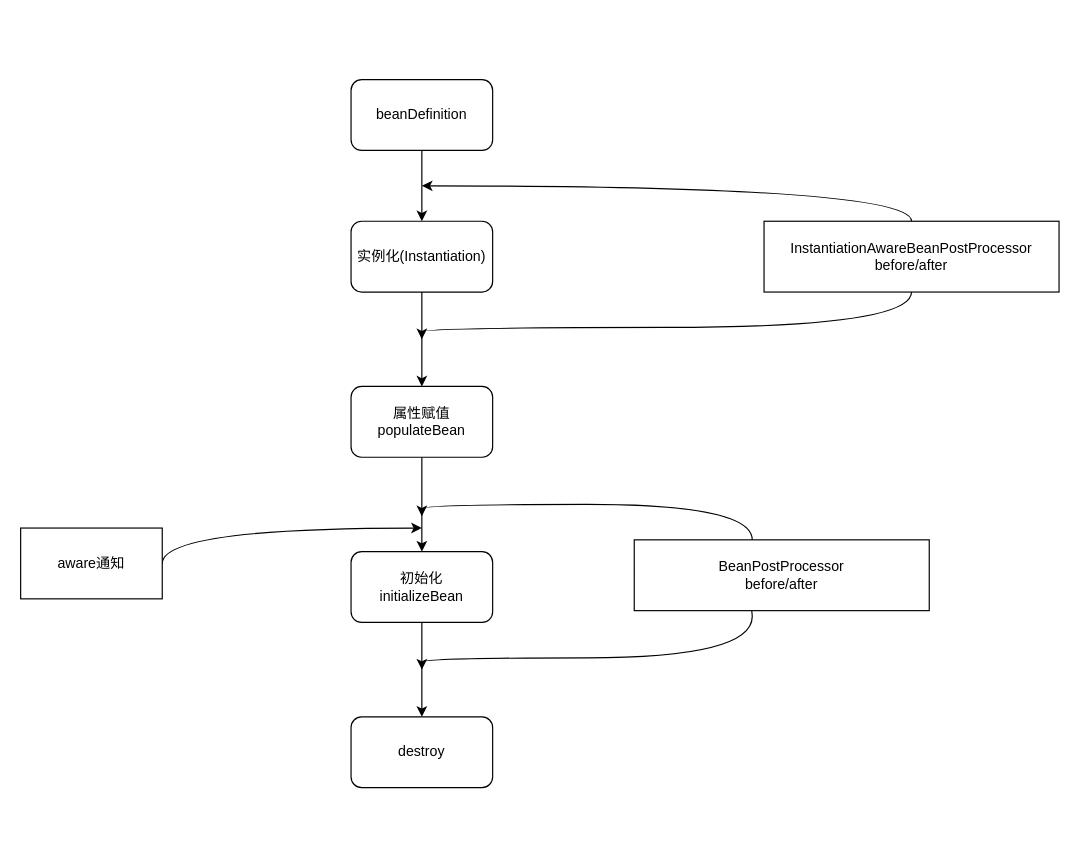
Wooyulin/yulam-fuzzy keeps this draw.io diagram as page "bean生命周期" (3 of 4) of java/spring/spring.drawio. Above is the earlier version. Source tidied: cells renumbered, new cells numbered last; positions are measured from the earlier drawing's top-left corner, leaving out a move shared by most shapes. Both pictures are drawn from the tidied source at 118%, with x=0, y=0 at pixel (20, 79).
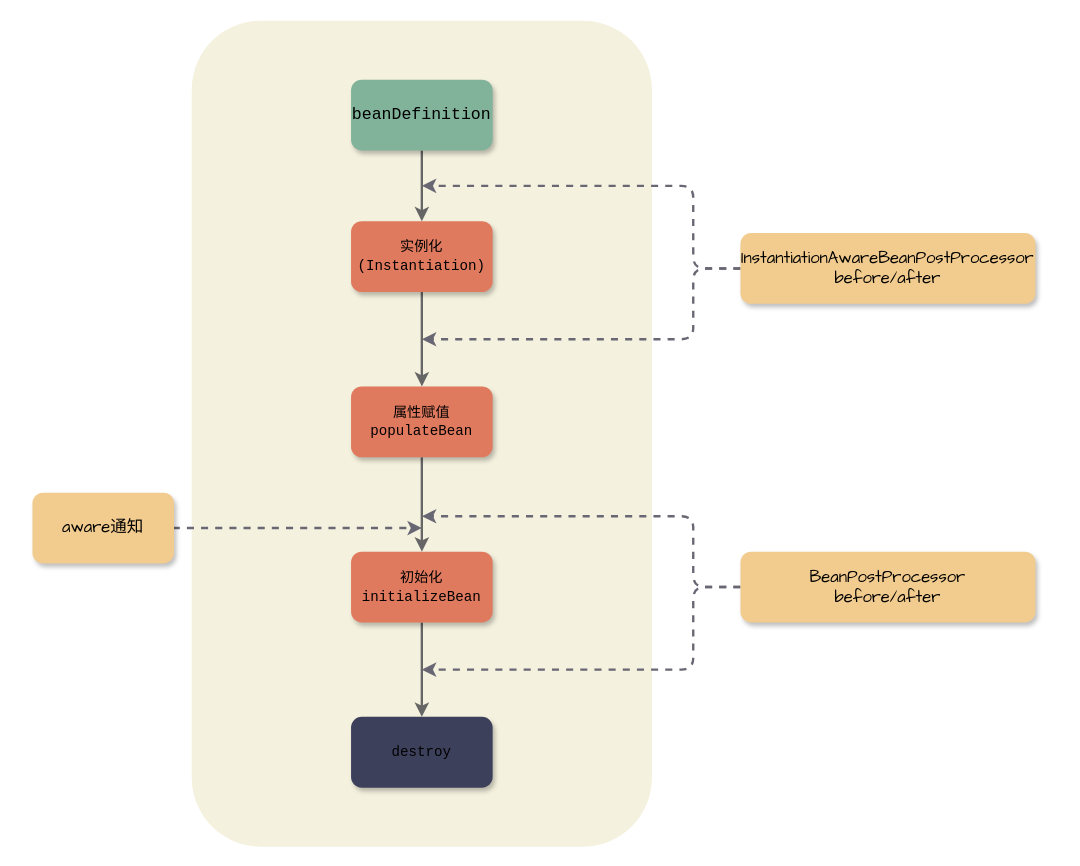
The same page after the edit.

The edit, as a diff of the source:
```diff
@@
+    <mxCell id="19" style="rounded=1;whiteSpace=wrap;html=1;strokeColor=none;shadow=0;glass=0;comic=0;gradientColor=none;fontFamily=Courier New;fontColor=#FFFFFF;fillColor=#f4f1de;" parent="1" vertex="1">
+      <mxGeometry x="145" y="-50" width="390" height="700" as="geometry" />
+    </mxCell>
-    <mxCell id="2" style="edgeStyle=orthogonalEdgeStyle;rounded=0;jettySize=auto;html=1;" parent="1" edge="1" source="3" target="5">
+    <mxCell id="2" style="edgeStyle=orthogonalEdgeStyle;rounded=0;jettySize=auto;html=1;strokeColor=#666666;strokeWidth=2;" parent="1" edge="1" source="3" target="5">
       <mxGeometry relative="1" as="geometry" />
     </mxCell>
-    <mxCell id="3" value="实例化(Instantiation)" style="rounded=1;whiteSpace=wrap;html=1;" parent="1" vertex="1">
+    <mxCell id="3" value="&lt;font face=&quot;Courier New&quot;&gt;实例化(Instantiation)&lt;/font&gt;" style="rounded=1;whiteSpace=wrap;html=1;fillColor=#E07A5F;shadow=1;strokeColor=none;" parent="1" vertex="1">
       <mxGeometry x="280" y="120" width="120" height="60" as="geometry" />
     </mxCell>
-    <mxCell id="4" style="edgeStyle=orthogonalEdgeStyle;rounded=0;jettySize=auto;html=1;" parent="1" edge="1" source="5" target="7">
+    <mxCell id="4" style="edgeStyle=orthogonalEdgeStyle;rounded=0;jettySize=auto;html=1;strokeColor=#666666;strokeWidth=2;" parent="1" edge="1" source="5" target="7">
       <mxGeometry relative="1" as="geometry" />
     </mxCell>
-    <mxCell id="5" value="属性赋值populateBean" style="rounded=1;whiteSpace=wrap;html=1;" parent="1" vertex="1">
+    <mxCell id="5" value="&lt;font face=&quot;Courier New&quot;&gt;属性赋值populateBean&lt;/font&gt;" style="rounded=1;whiteSpace=wrap;html=1;shadow=1;strokeColor=none;fillColor=#E07A5F;" parent="1" vertex="1">
       <mxGeometry x="280" y="260" width="120" height="60" as="geometry" />
     </mxCell>
-    <mxCell id="6" style="edgeStyle=orthogonalEdgeStyle;rounded=0;jettySize=auto;html=1;" parent="1" edge="1" source="7" target="8">
+    <mxCell id="6" style="edgeStyle=orthogonalEdgeStyle;rounded=0;jettySize=auto;html=1;strokeColor=#666666;strokeWidth=2;" parent="1" edge="1" source="7" target="8">
       <mxGeometry relative="1" as="geometry" />
     </mxCell>
-    <mxCell id="7" value="初始化&lt;br&gt;initializeBean" style="rounded=1;whiteSpace=wrap;html=1;" parent="1" vertex="1">
+    <mxCell id="7" value="&lt;font face=&quot;Courier New&quot;&gt;初始化&lt;br&gt;initializeBean&lt;/font&gt;" style="rounded=1;whiteSpace=wrap;html=1;shadow=1;strokeColor=none;fillColor=#E07A5F;" parent="1" vertex="1">
       <mxGeometry x="280" y="400" width="120" height="60" as="geometry" />
     </mxCell>
-    <mxCell id="8" value="destroy" style="rounded=1;whiteSpace=wrap;html=1;" parent="1" vertex="1">
+    <mxCell id="8" value="&lt;font face=&quot;Courier New&quot;&gt;destroy&lt;/font&gt;" style="rounded=1;whiteSpace=wrap;html=1;shadow=1;strokeColor=none;fillColor=#3D405B;" parent="1" vertex="1">
       <mxGeometry x="280" y="540" width="120" height="60" as="geometry" />
     </mxCell>
-    <mxCell id="9" style="edgeStyle=orthogonalEdgeStyle;rounded=0;jettySize=auto;html=1;entryX=0.5;entryY=0;entryDx=0;entryDy=0;" parent="1" edge="1" source="10" target="3">
+    <mxCell id="9" style="edgeStyle=orthogonalEdgeStyle;rounded=0;jettySize=auto;html=1;entryX=0.5;entryY=0;entryDx=0;entryDy=0;strokeWidth=2;strokeColor=#666666;" parent="1" edge="1" source="10" target="3">
       <mxGeometry relative="1" as="geometry" />
     </mxCell>
-    <mxCell id="10" value="beanDefinition" style="rounded=1;whiteSpace=wrap;html=1;" parent="1" vertex="1">
+    <mxCell id="10" value="&lt;font face=&quot;Courier New&quot; style=&quot;font-size: 14px&quot;&gt;beanDefinition&lt;/font&gt;" style="rounded=1;whiteSpace=wrap;html=1;fillColor=#81B29A;strokeColor=none;shadow=1;" parent="1" vertex="1">
       <mxGeometry x="280" width="120" height="60" as="geometry" />
     </mxCell>
-    <mxCell id="11" style="edgeStyle=orthogonalEdgeStyle;curved=1;rounded=0;jettySize=auto;html=1;" parent="1" edge="1" source="13">
+    <mxCell id="11" style="edgeStyle=orthogonalEdgeStyle;rounded=1;jettySize=auto;html=1;strokeWidth=2;strokeColor=#696773;dashed=1;exitX=0;exitY=0.5;exitDx=0;exitDy=0;" parent="1" edge="1" source="13">
       <mxGeometry relative="1" as="geometry">
         <mxPoint x="340" y="90" as="targetPoint" />
         <Array as="points">
-          <mxPoint x="755" y="90" />
+          <mxPoint x="570" y="160" />
+          <mxPoint x="570" y="90" />
         </Array>
       </mxGeometry>
     </mxCell>
-    <mxCell id="12" style="edgeStyle=orthogonalEdgeStyle;curved=1;rounded=0;jettySize=auto;html=1;" parent="1" edge="1" source="13">
+    <mxCell id="12" style="edgeStyle=orthogonalEdgeStyle;rounded=1;jettySize=auto;html=1;dashed=1;strokeColor=#696773;strokeWidth=2;exitX=0;exitY=0.5;exitDx=0;exitDy=0;" parent="1" edge="1" source="13">
       <mxGeometry relative="1" as="geometry">
         <mxPoint x="340" y="220" as="targetPoint" />
         <Array as="points">
-          <mxPoint x="755" y="210" />
-          <mxPoint x="340" y="210" />
+          <mxPoint x="570" y="160" />
+          <mxPoint x="570" y="220" />
         </Array>
       </mxGeometry>
     </mxCell>
-    <mxCell id="13" value="InstantiationAwareBeanPostProcessor&lt;br&gt;before/after" style="rounded=0;whiteSpace=wrap;html=1;" parent="1" vertex="1">
-      <mxGeometry x="630" y="120" width="250" height="60" as="geometry" />
+    <mxCell id="13" value="&lt;font face=&quot;Comic Sans MS&quot; style=&quot;font-size: 14px&quot;&gt;InstantiationAwareBeanPostProcessor&lt;br&gt;before/after&lt;/font&gt;" style="rounded=1;whiteSpace=wrap;html=1;shadow=1;strokeColor=none;fillColor=#F2CC8F;" parent="1" vertex="1">
+      <mxGeometry x="610" y="130" width="250" height="60" as="geometry" />
     </mxCell>
-    <mxCell id="14" style="edgeStyle=orthogonalEdgeStyle;curved=1;rounded=0;jettySize=auto;html=1;exitX=0;exitY=0.5;exitDx=0;exitDy=0;" parent="1" edge="1" source="16">
+    <mxCell id="14" style="edgeStyle=orthogonalEdgeStyle;rounded=1;jettySize=auto;html=1;exitX=0;exitY=0.5;exitDx=0;exitDy=0;dashed=1;strokeColor=#696773;strokeWidth=2;" parent="1" edge="1" source="16">
       <mxGeometry relative="1" as="geometry">
         <mxPoint x="340" y="370" as="targetPoint" />
         <Array as="points">
-          <mxPoint x="620" y="360" />
-          <mxPoint x="340" y="360" />
+          <mxPoint x="570" y="430" />
+          <mxPoint x="570" y="370" />
         </Array>
       </mxGeometry>
     </mxCell>
-    <mxCell id="15" style="edgeStyle=orthogonalEdgeStyle;curved=1;rounded=0;jettySize=auto;html=1;exitX=0;exitY=0.5;exitDx=0;exitDy=0;" parent="1" edge="1" source="16">
+    <mxCell id="15" style="edgeStyle=orthogonalEdgeStyle;rounded=1;jettySize=auto;html=1;exitX=0;exitY=0.5;exitDx=0;exitDy=0;dashed=1;strokeColor=#696773;strokeWidth=2;" parent="1" edge="1" source="16">
       <mxGeometry relative="1" as="geometry">
         <mxPoint x="340" y="500" as="targetPoint" />
         <Array as="points">
-          <mxPoint x="620" y="490" />
-          <mxPoint x="340" y="490" />
+          <mxPoint x="570" y="430" />
+          <mxPoint x="570" y="500" />
         </Array>
       </mxGeometry>
     </mxCell>
-    <mxCell id="16" value="BeanPostProcessor&lt;br&gt;before/after" style="rounded=0;whiteSpace=wrap;html=1;" parent="1" vertex="1">
-      <mxGeometry x="520" y="390" width="250" height="60" as="geometry" />
+    <mxCell id="16" value="&lt;font face=&quot;Comic Sans MS&quot; style=&quot;font-size: 14px&quot;&gt;BeanPostProcessor&lt;br&gt;before/after&lt;/font&gt;" style="rounded=1;whiteSpace=wrap;html=1;shadow=1;strokeColor=none;fillColor=#F2CC8F;" parent="1" vertex="1">
+      <mxGeometry x="610" y="400" width="250" height="60" as="geometry" />
     </mxCell>
-    <mxCell id="17" style="edgeStyle=orthogonalEdgeStyle;curved=1;rounded=0;jettySize=auto;html=1;exitX=1;exitY=0.5;exitDx=0;exitDy=0;" parent="1" edge="1" source="18">
+    <mxCell id="17" style="edgeStyle=orthogonalEdgeStyle;rounded=1;jettySize=auto;html=1;exitX=1;exitY=0.5;exitDx=0;exitDy=0;dashed=1;strokeColor=#696773;strokeWidth=2;" parent="1" edge="1" source="18">
       <mxGeometry relative="1" as="geometry">
         <mxPoint x="340" y="380" as="targetPoint" />
         <Array as="points">
           <mxPoint x="120" y="380" />
         </Array>
       </mxGeometry>
     </mxCell>
-    <mxCell id="18" value="aware通知" style="rounded=0;whiteSpace=wrap;html=1;" parent="1" vertex="1">
-      <mxGeometry y="380" width="120" height="60" as="geometry" />
+    <mxCell id="18" value="&lt;font face=&quot;Comic Sans MS&quot; style=&quot;font-size: 14px&quot;&gt;aware通知&lt;/font&gt;" style="rounded=1;whiteSpace=wrap;html=1;shadow=1;strokeColor=none;fillColor=#F2CC8F;" parent="1" vertex="1">
+      <mxGeometry x="10" y="350" width="120" height="60" as="geometry" />
     </mxCell>
```
